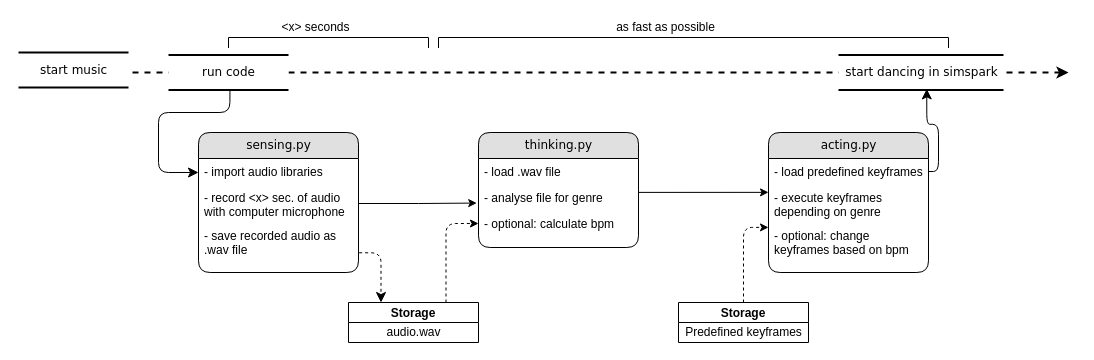
Above: flowchart.drawio in zunzer/music_driven_kinematics_in_humanoid_robots (draw.io), before the change. Source tidied: cells renumbered, new cells numbered last; positions are measured from the earlier drawing's top-left corner, leaving out a move shared by most shapes. Both pictures are drawn from the tidied source at 100%, with x=0, y=0 at pixel (18, 17).
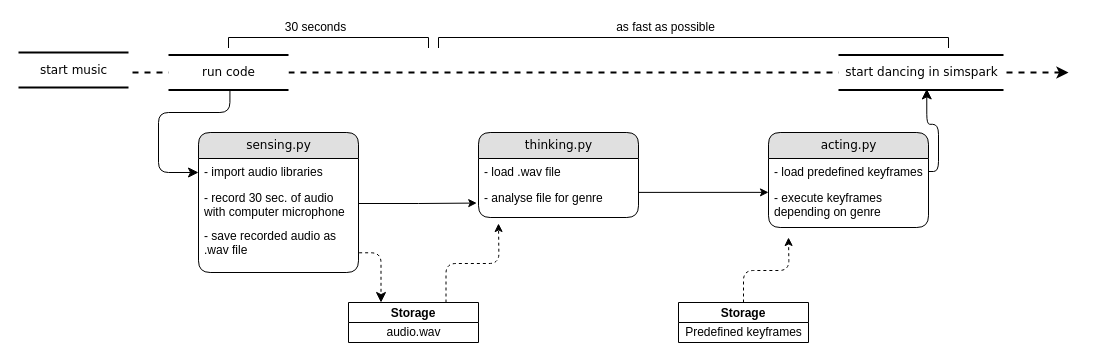
The same diagram, later.

The change refers to these unchanged cells:
```xml
<mxCell id="10" value="sensing.py" style="swimlane;html=1;fontStyle=0;horizontal=1;startSize=26;fillColor=#e0e0e0;swimlaneFillColor=#ffffff;align=center;rounded=1;shadow=0;comic=0;labelBackgroundColor=none;strokeWidth=1;fontFamily=Verdana;fontSize=12;" parent="1" vertex="1">
  <mxGeometry x="180" y="115" width="160" height="140" as="geometry" />
</mxCell>
<mxCell id="17" value="Storage" style="swimlane;horizontal=1;startSize=20;" parent="1" vertex="1">
  <mxGeometry x="660" y="285" width="130" height="40" as="geometry" />
</mxCell>
<mxCell id="31" value="Storage" style="swimlane;horizontal=1;startSize=20;" parent="1" vertex="1">
  <mxGeometry x="330" y="285" width="130" height="40" as="geometry" />
</mxCell>
```

Change to the diagram source:
```diff
@@
     <mxCell id="2" value="thinking.py" style="swimlane;html=1;fontStyle=0;horizontal=1;startSize=26;fillColor=#e0e0e0;swimlaneFillColor=#ffffff;align=center;rounded=1;shadow=0;comic=0;labelBackgroundColor=none;strokeWidth=1;fontFamily=Verdana;fontSize=12;" parent="1" vertex="1">
-      <mxGeometry x="460" y="115" width="160" height="115" as="geometry" />
+      <mxGeometry x="460" y="115" width="160" height="85" as="geometry" />
     </mxCell>
@@
-    <mxCell id="5" value="- optional: calculate bpm" style="text;html=1;strokeColor=none;fillColor=none;spacingLeft=4;spacingRight=4;whiteSpace=wrap;overflow=hidden;points=[[0,0.5],[1,0.5]];portConstraint=eastwest;" parent="2" vertex="1">
-      <mxGeometry y="78" width="160" height="26" as="geometry" />
-    </mxCell>
     <mxCell id="6" value="acting.py" style="swimlane;html=1;fontStyle=0;horizontal=1;startSize=26;fillColor=#e0e0e0;swimlaneFillColor=#ffffff;align=center;rounded=1;shadow=0;comic=0;labelBackgroundColor=none;strokeWidth=1;fontFamily=Verdana;fontSize=12;" parent="1" vertex="1">
-      <mxGeometry x="750" y="115" width="160" height="140" as="geometry" />
+      <mxGeometry x="750" y="115" width="160" height="95" as="geometry" />
     </mxCell>
@@
-    <mxCell id="9" value="- optional: change keyframes based on bpm" style="text;html=1;strokeColor=none;fillColor=none;spacingLeft=4;spacingRight=4;whiteSpace=wrap;overflow=hidden;points=[[0,0.5],[1,0.5]];portConstraint=eastwest;" parent="6" vertex="1">
-      <mxGeometry y="90" width="160" height="50" as="geometry" />
-    </mxCell>
@@
-    <mxCell id="12" value="- record &amp;lt;x&amp;gt; sec. of audio with computer microphone" style="text;html=1;strokeColor=none;fillColor=none;spacingLeft=4;spacingRight=4;whiteSpace=wrap;overflow=hidden;points=[[0,0.5],[1,0.5]];portConstraint=eastwest;" parent="10" vertex="1">
+    <mxCell id="12" value="- record 30 sec. of audio with computer microphone" style="text;html=1;strokeColor=none;fillColor=none;spacingLeft=4;spacingRight=4;whiteSpace=wrap;overflow=hidden;points=[[0,0.5],[1,0.5]];portConstraint=eastwest;" parent="10" vertex="1">
       <mxGeometry y="52" width="160" height="38" as="geometry" />
     </mxCell>
@@
-    <mxCell id="16" style="edgeStyle=orthogonalEdgeStyle;rounded=1;jettySize=auto;html=1;entryX=0;entryY=0.098;entryDx=0;entryDy=0;shadow=0;dashed=1;endArrow=classic;endFill=1;targetPerimeterSpacing=9;entryPerimeter=0;" parent="1" edge="1" source="17" target="9">
-      <mxGeometry relative="1" as="geometry" />
+    <mxCell id="16" style="edgeStyle=orthogonalEdgeStyle;rounded=1;jettySize=auto;html=1;shadow=0;dashed=1;endArrow=classic;endFill=1;targetPerimeterSpacing=9;" parent="1" edge="1" source="17">
+      <mxGeometry relative="1" as="geometry">
+        <mxPoint x="770" y="220" as="targetPoint" />
+      </mxGeometry>
     </mxCell>
@@
-    <mxCell id="26" value="&amp;lt;x&amp;gt; seconds" style="text;html=1;strokeColor=none;fillColor=none;align=center;verticalAlign=middle;whiteSpace=wrap;rounded=0;" parent="1" vertex="1">
+    <mxCell id="26" value="30 seconds" style="text;html=1;strokeColor=none;fillColor=none;align=center;verticalAlign=middle;whiteSpace=wrap;rounded=0;" parent="1" vertex="1">
       <mxGeometry x="255" width="85" height="20" as="geometry" />
     </mxCell>
@@
-    <mxCell id="33" style="edgeStyle=orthogonalEdgeStyle;rounded=1;jettySize=auto;html=1;entryX=0;entryY=0.5;entryDx=0;entryDy=0;shadow=0;dashed=1;endArrow=classic;endFill=1;targetPerimeterSpacing=9;exitX=0.75;exitY=0;exitDx=0;exitDy=0;" parent="1" edge="1" source="31" target="5">
-      <mxGeometry relative="1" as="geometry" />
+    <mxCell id="33" style="edgeStyle=orthogonalEdgeStyle;rounded=1;jettySize=auto;html=1;shadow=0;dashed=1;endArrow=classic;endFill=1;targetPerimeterSpacing=9;exitX=0.75;exitY=0;exitDx=0;exitDy=0;" parent="1" edge="1" source="31">
+      <mxGeometry relative="1" as="geometry">
+        <mxPoint x="480" y="206" as="targetPoint" />
+      </mxGeometry>
     </mxCell>
```
